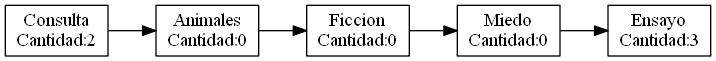
Above: reportes/CategoriasPostOrden.png in XiomRB/EDD_1S2020_PY2_201500332 (Graphviz), before the change. Its source is kept beside it as reportes/CategoriasPostOrden.dot. Source of this version:
```dot
digraph g{
rankdir = LR;
node[shape=box];
"Consulta\nCantidad:2" -> "Animales\nCantidad:0" -> "Ficcion\nCantidad:0" -> "Miedo\nCantidad:0" -> "Ensayo\nCantidad:3";
}
```
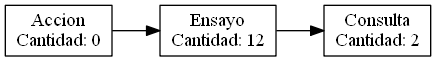
Later version of the same file.

Diff of the diagram source:
```diff
@@ -1,5 +1,5 @@
 digraph g{
 rankdir = LR;
 node[shape=box];
-"Consulta\nCantidad:2" -> "Animales\nCantidad:0" -> "Ficcion\nCantidad:0" -> "Miedo\nCantidad:0" -> "Ensayo\nCantidad:3";
+"Accion\nCantidad: 0" -> "Ensayo\nCantidad: 12" -> "Consulta\nCantidad: 2";
 }
```
